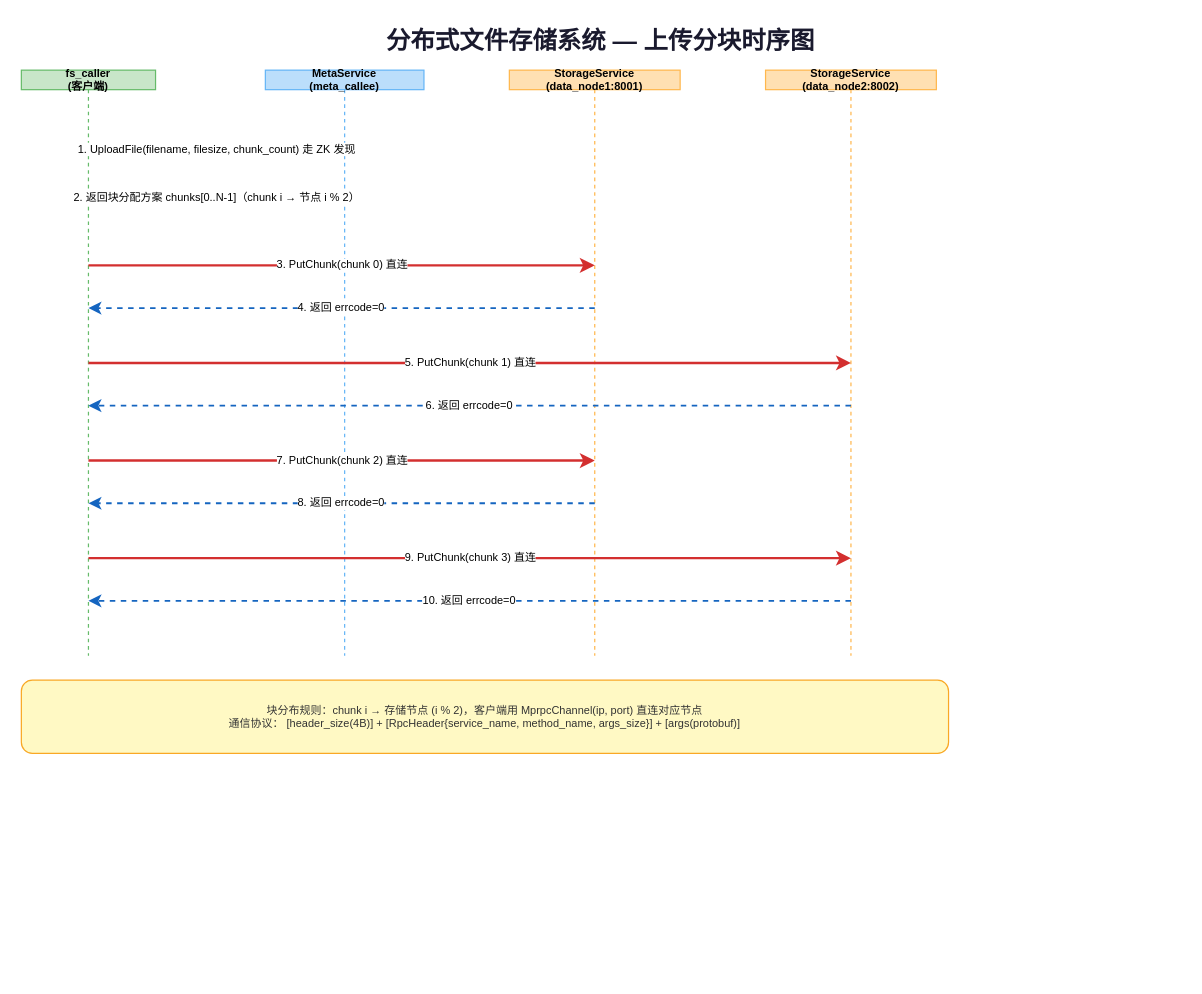
BamdowCoco/mpRPC keeps this draw.io diagram as docs/filestore/diagrams/upload-sequence.drawio. Above is the earlier version. Source tidied: cells renumbered, new cells numbered last; positions are measured from the earlier drawing's top-left corner, leaving out a move shared by most shapes. Both pictures are drawn from the tidied source at 122%, with x=0, y=0 at pixel (21, 21).
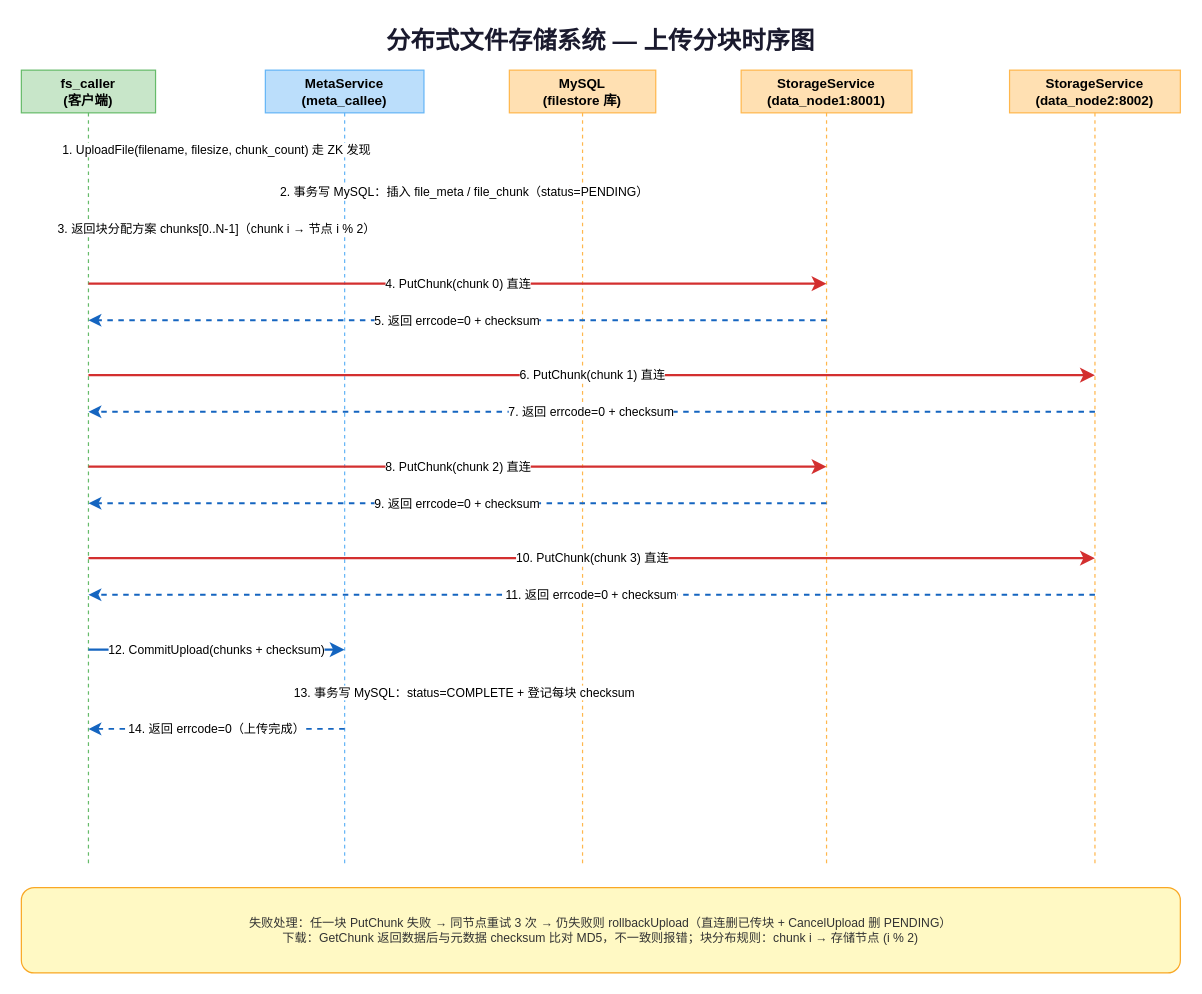
After the change.

Commit message (it also covers changes not shown here):
docs(filestore): 更新架构/类/流程/时序图以反映 P1~P10 改进，新增图表演讲稿

Diff of the diagram source:
```diff
@@
-    <mxCell id="3" value="fs_caller&#10;(客户端)" style="shape=umlLifeline;perimeter=lifelinePerimeter;whiteSpace=wrap;html=1;fillColor=#C8E6C9;strokeColor=#66BB6A;fontSize=9;fontStyle=1;size=16;" parent="1" vertex="1">
-      <mxGeometry y="40" width="110" height="480" as="geometry" />
+    <mxCell id="3" value="fs_caller&#10;(客户端)" style="shape=umlLifeline;perimeter=lifelinePerimeter;whiteSpace=wrap;html=1;fillColor=#C8E6C9;strokeColor=#66BB6A;fontSize=11;fontStyle=1;size=35;" parent="1" vertex="1">
+      <mxGeometry y="40" width="110" height="650" as="geometry" />
     </mxCell>
-    <mxCell id="4" value="MetaService&#10;(meta_callee)" style="shape=umlLifeline;perimeter=lifelinePerimeter;whiteSpace=wrap;html=1;fillColor=#BBDEFB;strokeColor=#64B5F6;fontSize=9;fontStyle=1;size=16;" parent="1" vertex="1">
-      <mxGeometry x="200" y="40" width="130" height="480" as="geometry" />
+    <mxCell id="4" value="MetaService&#10;(meta_callee)" style="shape=umlLifeline;perimeter=lifelinePerimeter;whiteSpace=wrap;html=1;fillColor=#BBDEFB;strokeColor=#64B5F6;fontSize=11;fontStyle=1;size=35;" parent="1" vertex="1">
+      <mxGeometry x="200" y="40" width="130" height="650" as="geometry" />
     </mxCell>
+    <mxCell id="19" value="MySQL&#10;(filestore 库)" style="shape=umlLifeline;perimeter=lifelinePerimeter;whiteSpace=wrap;html=1;fillColor=#FFE0B2;strokeColor=#FFB74D;fontSize=11;fontStyle=1;size=35;" parent="1" vertex="1">
+      <mxGeometry x="400" y="40" width="120" height="650" as="geometry" />
+    </mxCell>
-    <mxCell id="5" value="StorageService&#10;(data_node1:8001)" style="shape=umlLifeline;perimeter=lifelinePerimeter;whiteSpace=wrap;html=1;fillColor=#FFE0B2;strokeColor=#FFB74D;fontSize=9;fontStyle=1;size=16;" parent="1" vertex="1">
-      <mxGeometry x="400" y="40" width="140" height="480" as="geometry" />
+    <mxCell id="5" value="StorageService&#10;(data_node1:8001)" style="shape=umlLifeline;perimeter=lifelinePerimeter;whiteSpace=wrap;html=1;fillColor=#FFE0B2;strokeColor=#FFB74D;fontSize=11;fontStyle=1;size=35;" parent="1" vertex="1">
+      <mxGeometry x="590" y="40" width="140" height="650" as="geometry" />
     </mxCell>
-    <mxCell id="6" value="StorageService&#10;(data_node2:8002)" style="shape=umlLifeline;perimeter=lifelinePerimeter;whiteSpace=wrap;html=1;fillColor=#FFE0B2;strokeColor=#FFB74D;fontSize=9;fontStyle=1;size=16;" parent="1" vertex="1">
-      <mxGeometry x="610" y="40" width="140" height="480" as="geometry" />
+    <mxCell id="6" value="StorageService&#10;(data_node2:8002)" style="shape=umlLifeline;perimeter=lifelinePerimeter;whiteSpace=wrap;html=1;fillColor=#FFE0B2;strokeColor=#FFB74D;fontSize=11;fontStyle=1;size=35;" parent="1" vertex="1">
+      <mxGeometry x="810" y="40" width="140" height="650" as="geometry" />
     </mxCell>
-    <mxCell id="7" value="1. UploadFile(filename, filesize, chunk_count) 走 ZK 发现" style="html=1;endArrow=classic;endSize=6;startSize=6;strokeColor=#1565C0;strokeWidth=1.5;fontSize=9;" parent="1" edge="1">
+    <mxCell id="7" value="1. UploadFile(filename, filesize, chunk_count) 走 ZK 发现" style="html=1;endArrow=classic;endSize=6;startSize=6;strokeColor=#1565C0;strokeWidth=1.5;fontSize=10;" parent="1" edge="1">
       <mxGeometry relative="1" as="geometry">
         <mxPoint x="55" y="105" as="sourcePoint" />
         <mxPoint x="265" y="105" as="targetPoint" />
       </mxGeometry>
     </mxCell>
-    <mxCell id="8" value="2. 返回块分配方案 chunks[0..N-1]（chunk i → 节点 i % 2）" style="html=1;endArrow=classic;endSize=6;startSize=6;strokeColor=#1565C0;strokeWidth=1.5;dashed=1;fontSize=9;" parent="1" edge="1">
+    <mxCell id="8" value="2. 事务写 MySQL：插入 file_meta / file_chunk（status=PENDING）" style="html=1;endArrow=classic;endSize=6;startSize=6;strokeColor=#E65100;strokeWidth=1.5;fontSize=10;" parent="1" edge="1">
       <mxGeometry relative="1" as="geometry">
-        <mxPoint x="265" y="145" as="sourcePoint" />
-        <mxPoint x="55" y="145" as="targetPoint" />
+        <mxPoint x="265" y="140" as="sourcePoint" />
+        <mxPoint x="460" y="140" as="targetPoint" />
       </mxGeometry>
     </mxCell>
-    <mxCell id="9" value="3. PutChunk(chunk 0) 直连" style="html=1;endArrow=classic;endSize=6;startSize=6;strokeColor=#D32F2F;strokeWidth=2;fontSize=9;" parent="1" edge="1">
+    <mxCell id="9" value="3. 返回块分配方案 chunks[0..N-1]（chunk i → 节点 i % 2）" style="html=1;endArrow=classic;endSize=6;startSize=6;strokeColor=#1565C0;strokeWidth=1.5;dashed=1;fontSize=10;" parent="1" edge="1">
       <mxGeometry relative="1" as="geometry">
-        <mxPoint x="55" y="200" as="sourcePoint" />
-        <mxPoint x="470" y="200" as="targetPoint" />
+        <mxPoint x="265" y="170" as="sourcePoint" />
+        <mxPoint x="55" y="170" as="targetPoint" />
       </mxGeometry>
     </mxCell>
-    <mxCell id="10" value="4. 返回 errcode=0" style="html=1;endArrow=classic;endSize=6;startSize=6;strokeColor=#1565C0;strokeWidth=1.5;dashed=1;fontSize=9;" parent="1" edge="1">
+    <mxCell id="10" value="4. PutChunk(chunk 0) 直连" style="html=1;endArrow=classic;endSize=6;startSize=6;strokeColor=#D32F2F;strokeWidth=2;fontSize=10;" parent="1" edge="1">
       <mxGeometry relative="1" as="geometry">
-        <mxPoint x="470" y="235" as="sourcePoint" />
-        <mxPoint x="55" y="235" as="targetPoint" />
+        <mxPoint x="55" y="215" as="sourcePoint" />
+        <mxPoint x="660" y="215" as="targetPoint" />
       </mxGeometry>
     </mxCell>
-    <mxCell id="11" value="5. PutChunk(chunk 1) 直连" style="html=1;endArrow=classic;endSize=6;startSize=6;strokeColor=#D32F2F;strokeWidth=2;fontSize=9;" parent="1" edge="1">
+    <mxCell id="11" value="5. 返回 errcode=0 + checksum" style="html=1;endArrow=classic;endSize=6;startSize=6;strokeColor=#1565C0;strokeWidth=1.5;dashed=1;fontSize=10;" parent="1" edge="1">
       <mxGeometry relative="1" as="geometry">
-        <mxPoint x="55" y="280" as="sourcePoint" />
-        <mxPoint x="680" y="280" as="targetPoint" />
+        <mxPoint x="660" y="245" as="sourcePoint" />
+        <mxPoint x="55" y="245" as="targetPoint" />
       </mxGeometry>
     </mxCell>
-    <mxCell id="12" value="6. 返回 errcode=0" style="html=1;endArrow=classic;endSize=6;startSize=6;strokeColor=#1565C0;strokeWidth=1.5;dashed=1;fontSize=9;" parent="1" edge="1">
+    <mxCell id="12" value="6. PutChunk(chunk 1) 直连" style="html=1;endArrow=classic;endSize=6;startSize=6;strokeColor=#D32F2F;strokeWidth=2;fontSize=10;" parent="1" edge="1">
       <mxGeometry relative="1" as="geometry">
-        <mxPoint x="680" y="315" as="sourcePoint" />
-        <mxPoint x="55" y="315" as="targetPoint" />
+        <mxPoint x="55" y="290" as="sourcePoint" />
+        <mxPoint x="880" y="290" as="targetPoint" />
       </mxGeometry>
     </mxCell>
-    <mxCell id="13" value="7. PutChunk(chunk 2) 直连" style="html=1;endArrow=classic;endSize=6;startSize=6;strokeColor=#D32F2F;strokeWidth=2;fontSize=9;" parent="1" edge="1">
+    <mxCell id="13" value="7. 返回 errcode=0 + checksum" style="html=1;endArrow=classic;endSize=6;startSize=6;strokeColor=#1565C0;strokeWidth=1.5;dashed=1;fontSize=10;" parent="1" edge="1">
       <mxGeometry relative="1" as="geometry">
-        <mxPoint x="55" y="360" as="sourcePoint" />
-        <mxPoint x="470" y="360" as="targetPoint" />
+        <mxPoint x="880" y="320" as="sourcePoint" />
+        <mxPoint x="55" y="320" as="targetPoint" />
       </mxGeometry>
     </mxCell>
-    <mxCell id="14" value="8. 返回 errcode=0" style="html=1;endArrow=classic;endSize=6;startSize=6;strokeColor=#1565C0;strokeWidth=1.5;dashed=1;fontSize=9;" parent="1" edge="1">
+    <mxCell id="14" value="8. PutChunk(chunk 2) 直连" style="html=1;endArrow=classic;endSize=6;startSize=6;strokeColor=#D32F2F;strokeWidth=2;fontSize=10;" parent="1" edge="1">
       <mxGeometry relative="1" as="geometry">
-        <mxPoint x="470" y="395" as="sourcePoint" />
-        <mxPoint x="55" y="395" as="targetPoint" />
+        <mxPoint x="55" y="365" as="sourcePoint" />
+        <mxPoint x="660" y="365" as="targetPoint" />
       </mxGeometry>
     </mxCell>
-    <mxCell id="15" value="9. PutChunk(chunk 3) 直连" style="html=1;endArrow=classic;endSize=6;startSize=6;strokeColor=#D32F2F;strokeWidth=2;fontSize=9;" parent="1" edge="1">
+    <mxCell id="15" value="9. 返回 errcode=0 + checksum" style="html=1;endArrow=classic;endSize=6;startSize=6;strokeColor=#1565C0;strokeWidth=1.5;dashed=1;fontSize=10;" parent="1" edge="1">
       <mxGeometry relative="1" as="geometry">
-        <mxPoint x="55" y="440" as="sourcePoint" />
-        <mxPoint x="680" y="440" as="targetPoint" />
+        <mxPoint x="660" y="395" as="sourcePoint" />
+        <mxPoint x="55" y="395" as="targetPoint" />
       </mxGeometry>
     </mxCell>
-    <mxCell id="16" value="10. 返回 errcode=0" style="html=1;endArrow=classic;endSize=6;startSize=6;strokeColor=#1565C0;strokeWidth=1.5;dashed=1;fontSize=9;" parent="1" edge="1">
+    <mxCell id="16" value="10. PutChunk(chunk 3) 直连" style="html=1;endArrow=classic;endSize=6;startSize=6;strokeColor=#D32F2F;strokeWidth=2;fontSize=10;" parent="1" edge="1">
       <mxGeometry relative="1" as="geometry">
-        <mxPoint x="680" y="475" as="sourcePoint" />
-        <mxPoint x="55" y="475" as="targetPoint" />
+        <mxPoint x="55" y="440" as="sourcePoint" />
+        <mxPoint x="880" y="440" as="targetPoint" />
       </mxGeometry>
     </mxCell>
+    <mxCell id="20" value="11. 返回 errcode=0 + checksum" style="html=1;endArrow=classic;endSize=6;startSize=6;strokeColor=#1565C0;strokeWidth=1.5;dashed=1;fontSize=10;" parent="1" edge="1">
+      <mxGeometry relative="1" as="geometry">
+        <mxPoint x="880" y="470" as="sourcePoint" />
+        <mxPoint x="55" y="470" as="targetPoint" />
+      </mxGeometry>
+    </mxCell>
+    <mxCell id="21" value="12. CommitUpload(chunks + checksum)" style="html=1;endArrow=classic;endSize=6;startSize=6;strokeColor=#1565C0;strokeWidth=2;fontSize=10;" parent="1" edge="1">
+      <mxGeometry relative="1" as="geometry">
+        <mxPoint x="55" y="515" as="sourcePoint" />
+        <mxPoint x="265" y="515" as="targetPoint" />
+      </mxGeometry>
+    </mxCell>
+    <mxCell id="22" value="13. 事务写 MySQL：status=COMPLETE + 登记每块 checksum" style="html=1;endArrow=classic;endSize=6;startSize=6;strokeColor=#E65100;strokeWidth=1.5;fontSize=10;" parent="1" edge="1">
+      <mxGeometry relative="1" as="geometry">
+        <mxPoint x="265" y="550" as="sourcePoint" />
+        <mxPoint x="460" y="550" as="targetPoint" />
+      </mxGeometry>
+    </mxCell>
+    <mxCell id="23" value="14. 返回 errcode=0（上传完成）" style="html=1;endArrow=classic;endSize=6;startSize=6;strokeColor=#1565C0;strokeWidth=1.5;dashed=1;fontSize=10;" parent="1" edge="1">
+      <mxGeometry relative="1" as="geometry">
+        <mxPoint x="265" y="580" as="sourcePoint" />
+        <mxPoint x="55" y="580" as="targetPoint" />
+      </mxGeometry>
+    </mxCell>
     <mxCell id="17" style="rounded=1;whiteSpace=wrap;html=1;fillColor=#FFF9C4;strokeColor=#F9A825;strokeWidth=1;" parent="1" vertex="1">
-      <mxGeometry y="540" width="760" height="60" as="geometry" />
+      <mxGeometry y="710" width="950" height="70" as="geometry" />
     </mxCell>
-    <mxCell id="18" value="块分布规则：chunk i → 存储节点 (i % 2)，客户端用 MprpcChannel(ip, port) 直连对应节点&#10;通信协议： [header_size(4B)] + [RpcHeader{service_name, method_name, args_size}] + [args(protobuf)]" style="text;html=1;strokeColor=none;fillColor=none;align=center;verticalAlign=middle;whiteSpace=wrap;fontSize=9;fontColor=#333333;" parent="1" vertex="1">
-      <mxGeometry x="5" y="543" width="750" height="54" as="geometry" />
+    <mxCell id="18" value="失败处理：任一块 PutChunk 失败 → 同节点重试 3 次 → 仍失败则 rollbackUpload（直连删已传块 + CancelUpload 删 PENDING）&#10;下载：GetChunk 返回数据后与元数据 checksum 比对 MD5，不一致则报错；块分布规则：chunk i → 存储节点 (i % 2)" style="text;html=1;strokeColor=none;fillColor=none;align=center;verticalAlign=middle;whiteSpace=wrap;fontSize=10;fontColor=#333333;" parent="1" vertex="1">
+      <mxGeometry x="5" y="713" width="940" height="64" as="geometry" />
     </mxCell>
```
